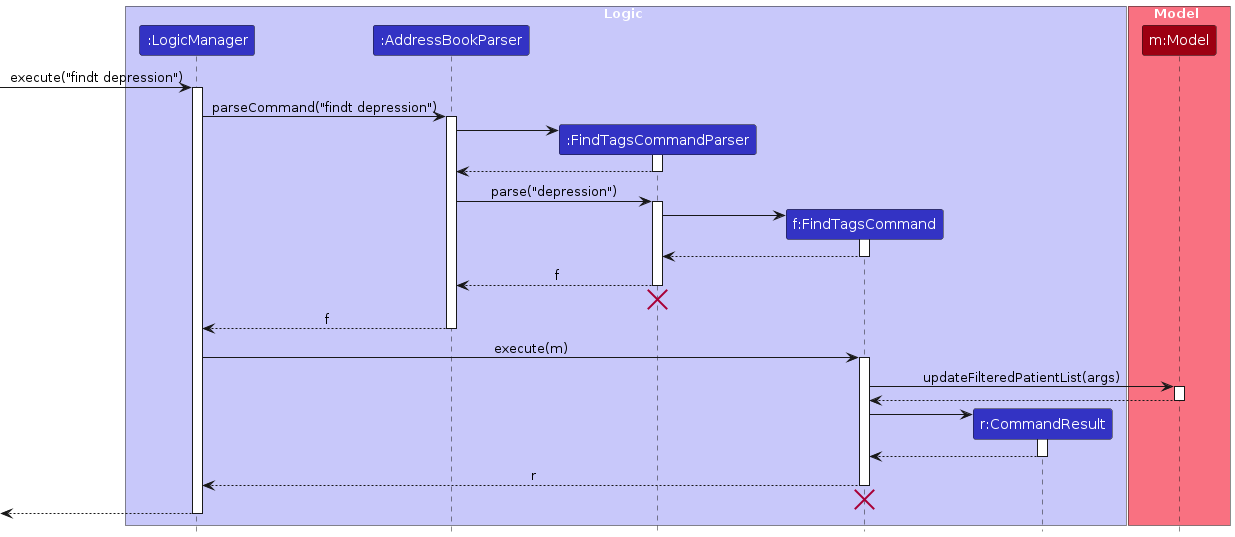
NeoHW/tp keeps this PlantUML diagram as diagrams/FindTagsSequenceDiagram.png. Above is the earlier version. Its source is kept beside it as diagrams/FindTagsSequenceDiagram.puml. Source of this version:
```plantuml
@startuml
!include style.puml
skinparam ArrowFontStyle plain

box Logic LOGIC_COLOR_T1
participant ":LogicManager" as LogicManager LOGIC_COLOR
participant ":AddressBookParser" as AddressBookParser LOGIC_COLOR
participant ":FindTagsCommandParser" as FindTagsCommandParser LOGIC_COLOR
participant "f:FindTagsCommand" as FindTagsCommand LOGIC_COLOR
participant "r:CommandResult" as CommandResult LOGIC_COLOR
end box

box Model MODEL_COLOR_T1
participant "m:Model" as Model MODEL_COLOR
end box

[-> LogicManager : execute("findt depression")
activate LogicManager

LogicManager -> AddressBookParser : parseCommand("findt depression")
activate AddressBookParser

create FindTagsCommandParser
AddressBookParser -> FindTagsCommandParser
activate FindTagsCommandParser

FindTagsCommandParser --> AddressBookParser
deactivate FindTagsCommandParser

AddressBookParser -> FindTagsCommandParser : parse("depression")
activate FindTagsCommandParser

create FindTagsCommand
FindTagsCommandParser -> FindTagsCommand
activate FindTagsCommand

FindTagsCommand --> FindTagsCommandParser :
deactivate FindTagsCommand

FindTagsCommandParser --> AddressBookParser : f
deactivate FindTagsCommandParser
FindTagsCommandParser -[hidden]-> AddressBookParser
destroy FindTagsCommandParser

AddressBookParser --> LogicManager : f
deactivate AddressBookParser

LogicManager -> FindTagsCommand : execute(m)
activate FindTagsCommand

FindTagsCommand -> Model : updateFilteredPatientList(args)
activate Model

Model --> FindTagsCommand
deactivate Model

create CommandResult
FindTagsCommand -> CommandResult
activate CommandResult

CommandResult --> FindTagsCommand
deactivate CommandResult

FindTagsCommand --> LogicManager : r
deactivate FindTagsCommand

FindTagsCommand -[hidden]-> AddressBookParser
destroy FindTagsCommand

[<--LogicManager
deactivate LogicManager
@enduml
```
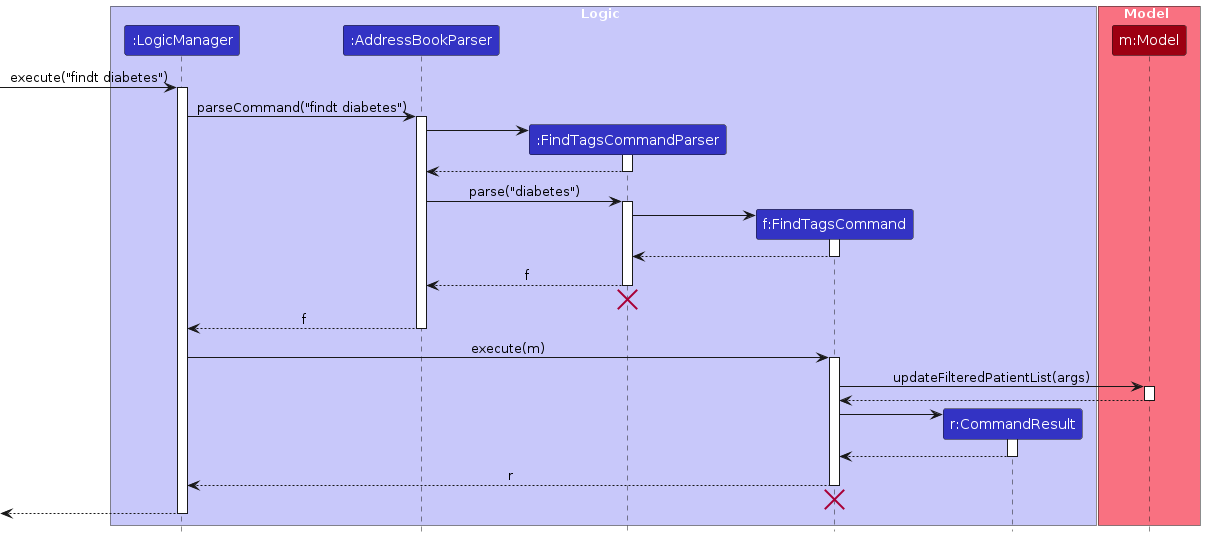
The same diagram one commit later.

What changed in the source:
```diff
@@ -14,10 +14,10 @@
 participant "m:Model" as Model MODEL_COLOR
 end box
 
-[-> LogicManager : execute("findt depression")
+[-> LogicManager : execute("findt diabetes")
 activate LogicManager
 
-LogicManager -> AddressBookParser : parseCommand("findt depression")
+LogicManager -> AddressBookParser : parseCommand("findt diabetes")
 activate AddressBookParser
 
 create FindTagsCommandParser
@@ -27,7 +27,7 @@
 FindTagsCommandParser --> AddressBookParser
 deactivate FindTagsCommandParser
 
-AddressBookParser -> FindTagsCommandParser : parse("depression")
+AddressBookParser -> FindTagsCommandParser : parse("diabetes")
 activate FindTagsCommandParser
 
 create FindTagsCommand
```
